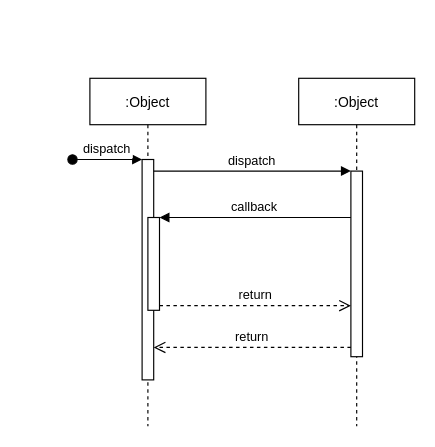
SchroDr/Diagram keeps this draw.io diagram as 未命名绘图.drawio. Above is the earlier version. Source tidied: cells renumbered, new cells numbered last; positions are measured from the earlier drawing's top-left corner, leaving out a move shared by most shapes. Both pictures are drawn from the tidied source at 116%, with x=0, y=0 at pixel (72, 78).
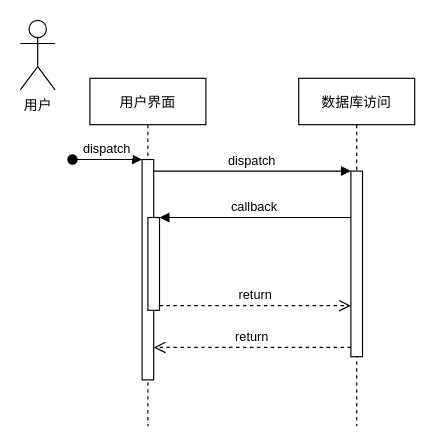
The same page after the edit.

Commit message (it also covers changes not shown here):
更新未命名绘图.drawio

Change to the diagram source:
```diff
@@
 <mxGraphModel>
   <root>
     <mxCell id="0" />
     <mxCell id="1" parent="0" />
-    <mxCell id="2" value=":Object" style="shape=umlLifeline;perimeter=lifelinePerimeter;rounded=0;shadow=0;strokeWidth=1;" parent="1" vertex="1">
+    <mxCell id="2" value="用户界面" style="shape=umlLifeline;perimeter=lifelinePerimeter;rounded=0;shadow=0;strokeWidth=1;" parent="1" vertex="1">
       <mxGeometry x="15" width="100" height="300" as="geometry" />
     </mxCell>
     <mxCell id="3" style="points=[];perimeter=orthogonalPerimeter;rounded=0;shadow=0;strokeWidth=1;" parent="2" vertex="1">
       <mxGeometry x="45" y="70" width="10" height="190" as="geometry" />
     </mxCell>
     <mxCell id="4" value="dispatch" style="verticalAlign=bottom;startArrow=oval;endArrow=block;startSize=8;shadow=0;strokeWidth=1;" parent="2" edge="1" target="3">
       <mxGeometry relative="1" as="geometry">
         <mxPoint x="-15" y="70" as="sourcePoint" />
       </mxGeometry>
     </mxCell>
     <mxCell id="5" style="points=[];perimeter=orthogonalPerimeter;rounded=0;shadow=0;strokeWidth=1;" parent="2" vertex="1">
       <mxGeometry x="50" y="120" width="10" height="80" as="geometry" />
     </mxCell>
-    <mxCell id="6" value=":Object" style="shape=umlLifeline;perimeter=lifelinePerimeter;rounded=0;shadow=0;strokeWidth=1;" parent="1" vertex="1">
+    <mxCell id="6" value="数据库访问" style="shape=umlLifeline;perimeter=lifelinePerimeter;rounded=0;shadow=0;strokeWidth=1;" parent="1" vertex="1">
       <mxGeometry x="195" width="100" height="300" as="geometry" />
     </mxCell>
     <mxCell id="7" style="points=[];perimeter=orthogonalPerimeter;rounded=0;shadow=0;strokeWidth=1;" parent="6" vertex="1">
       <mxGeometry x="45" y="80" width="10" height="160" as="geometry" />
     </mxCell>
     <mxCell id="8" value="return" style="verticalAlign=bottom;endArrow=open;dashed=1;endSize=8;exitX=0;exitY=0.95;shadow=0;strokeWidth=1;" parent="1" edge="1" source="7" target="3">
       <mxGeometry relative="1" as="geometry" />
     </mxCell>
     <mxCell id="9" value="dispatch" style="verticalAlign=bottom;endArrow=block;entryX=0;entryY=0;shadow=0;strokeWidth=1;" parent="1" edge="1" source="3" target="7">
       <mxGeometry relative="1" as="geometry" />
     </mxCell>
     <mxCell id="10" value="callback" style="verticalAlign=bottom;endArrow=block;entryX=1;entryY=0;shadow=0;strokeWidth=1;" parent="1" edge="1" source="7" target="5">
       <mxGeometry relative="1" as="geometry" />
     </mxCell>
     <mxCell id="11" value="return" style="verticalAlign=bottom;endArrow=open;dashed=1;endSize=8;exitX=1;exitY=0.95;shadow=0;strokeWidth=1;" parent="1" edge="1" source="5" target="7">
       <mxGeometry relative="1" as="geometry" />
     </mxCell>
+    <mxCell id="12" value="用户" style="shape=umlActor;verticalLabelPosition=bottom;verticalAlign=top;html=1;" parent="1" vertex="1">
+      <mxGeometry x="-45" y="-50" width="30" height="60" as="geometry" />
+    </mxCell>
   </root>
 </mxGraphModel>
```
